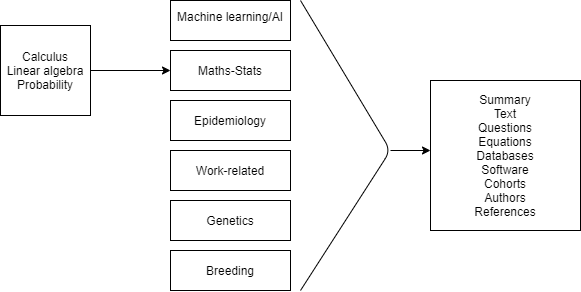
Earlier version of the draw.io export Flowchart.png (AlfredPgen/Flowchart). Source tidied: cells renumbered, new cells last; positions are measured from the earlier drawing's top-left corner, leaving out a move shared by most shapes.
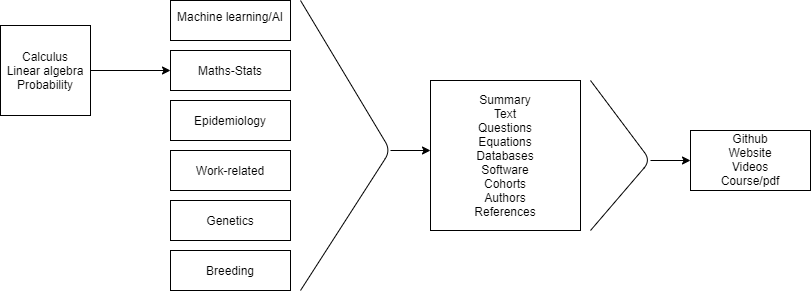
After the change.

Change to the diagram source:
```diff
@@ -44,5 +44,22 @@
     <mxCell id="12" style="endArrow=classic;html=1;exitX=1;exitY=0.5;exitDx=0;exitDy=0;entryX=0;entryY=0.5;entryDx=0;entryDy=0;" parent="1" edge="1" source="11" target="5">
       <mxGeometry relative="1" as="geometry" />
     </mxCell>
+    <mxCell id="13" style="endArrow=none;html=1;" parent="1" edge="1">
+      <mxGeometry relative="1" as="geometry">
+        <mxPoint x="590" y="230" as="sourcePoint" />
+        <mxPoint x="590" y="80" as="targetPoint" />
+        <Array as="points">
+          <mxPoint x="650" y="160" />
+        </Array>
+      </mxGeometry>
+    </mxCell>
+    <mxCell id="14" style="endArrow=classic;html=1;" parent="1" edge="1" target="15">
+      <mxGeometry relative="1" as="geometry">
+        <mxPoint x="650" y="160" as="sourcePoint" />
+      </mxGeometry>
+    </mxCell>
+    <mxCell id="15" value="Github&lt;br&gt;Website&lt;br&gt;Videos&lt;br&gt;Course/pdf" style="rounded=0;whiteSpace=wrap;html=1;align=center;verticalAlign=bottom;" parent="1" vertex="1">
+      <mxGeometry x="690" y="130" width="120" height="60" as="geometry" />
+    </mxCell>
   </root>
 </mxGraphModel>
```
